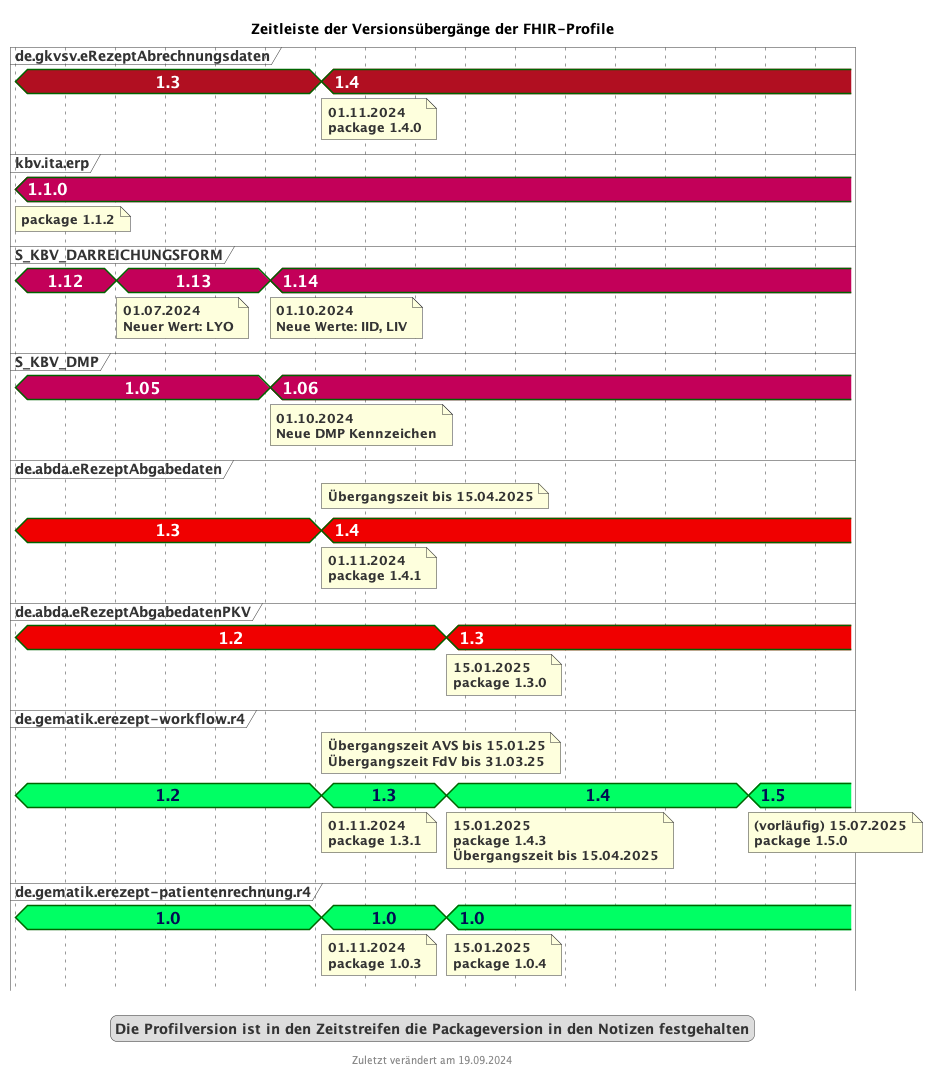
Before: images/puml_fhir_version_timeline.png, a diagram exported from PlantUML (gematik/api-erp).
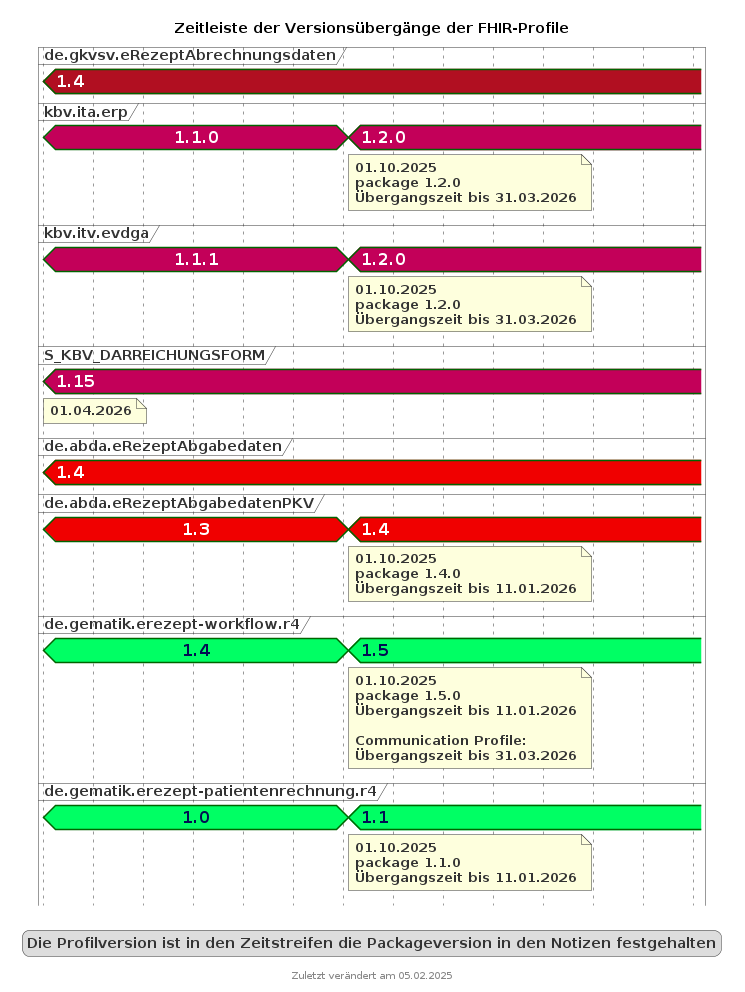
Later version of the same file.

Commit message:
update fhir version timeline image

Diff of the diagram source:
```diff
@@ -28,13 +28,13 @@
 }
 </style>
 title Zeitleiste der Versionsübergänge der FHIR-Profile
-footer Zuletzt verändert am 19.09.2024
+footer Zuletzt verändert am 05.02.2025
 
 
 concise "de.gkvsv.eRezeptAbrechnungsdaten" as GKV <<gkvcolor>>
 concise "kbv.ita.erp" as KBV <<kbvcolor>>
+concise "kbv.itv.evdga" as DGA <<kbvcolor>>
 concise "S_KBV_DARREICHUNGSFORM" as DF <<kbvcolor>>
-concise "S_KBV_DMP" as DMP <<kbvcolor>>
 concise "de.abda.eRezeptAbgabedaten" as DAV <<davcolor>>
 concise "de.abda.eRezeptAbgabedatenPKV" as PKV <<davcolor>>
 concise "de.gematik.erezept-workflow.r4" as gematik <<gematikcolor>>
@@ -44,53 +44,30 @@
 scale 2592000 as 50 pixels
 hide time-axis
 
-@2024/05/01
-GKV is 1.3
+@2025/04/01
+GKV is 1.4
 KBV is 1.1.0
-note bottom of KBV : package 1.1.2
-DF is 1.12
-DMP is 1.05
-DAV is 1.3
-gematik is 1.2
+DGA is 1.1.1
+DF is 1.15
+note bottom of DF : 01.04.2026
+gematik is 1.4
 gematikpkv is 1.0
-PKV is 1.2
+DAV is 1.4
+PKV is 1.3
 
-@2024/07/01
-DF is 1.13
-note bottom of DF : 01.07.2024\nNeuer Wert: LYO
+@2025/10/01
+KBV is 1.2.0
+note bottom of KBV : 01.10.2025\npackage 1.2.0\nÜbergangszeit bis 31.03.2026
+DGA is 1.2.0
+note bottom of DGA : 01.10.2025\npackage 1.2.0\nÜbergangszeit bis 31.03.2026
+gematik is 1.5
+note bottom of gematik : 01.10.2025\npackage 1.5.0\nÜbergangszeit bis 11.01.2026\n\nCommunication Profile:\nÜbergangszeit bis 31.03.2026
+gematikpkv is 1.1
+note bottom of gematikpkv : 01.10.2025\npackage 1.1.0\nÜbergangszeit bis 11.01.2026
+PKV is 1.4
+note bottom of PKV : 01.10.2025\npackage 1.4.0\nÜbergangszeit bis 11.01.2026
 
-@2024/10/01
-DMP is 1.06
-note bottom of DMP : 01.10.2024\nNeue DMP Kennzeichen
-DF is 1.14
-note bottom of DF : 01.10.2024\nNeue Werte: IID, LIV
-
-@2024/11/01
-GKV is 1.4
-note bottom of GKV : 01.11.2024\npackage 1.4.0
-DAV is 1.4
-note top of DAV: Übergangszeit bis 15.04.2025
-note bottom of DAV : 01.11.2024\npackage 1.4.1
-gematik is 1.3
-note top of gematik: Übergangszeit AVS bis 15.01.25\nÜbergangszeit FdV bis 31.03.25
-note bottom of gematik : 01.11.2024\npackage 1.3.1
-gematikpkv is 1.0
-note bottom of gematikpkv : 01.11.2024\npackage 1.0.3
-
-@2025/01/15
-gematik is 1.4
-note bottom of gematik : 15.01.2025\npackage 1.4.3\nÜbergangszeit bis 15.04.2025
-gematikpkv is 1.0
-note bottom of gematikpkv : 15.01.2025\npackage 1.0.4
-PKV is 1.3
-note bottom of PKV : 15.01.2025\npackage 1.3.0
-
-
-@2025/07/15
-gematik is 1.5
-note bottom of gematik : (vorläufig) 15.07.2025\npackage 1.5.0
-
-@2025/08/15
+@2026/03/31
 
 legend
 Die Profilversion ist in den Zeitstreifen die Packageversion in den Notizen festgehalten
```
